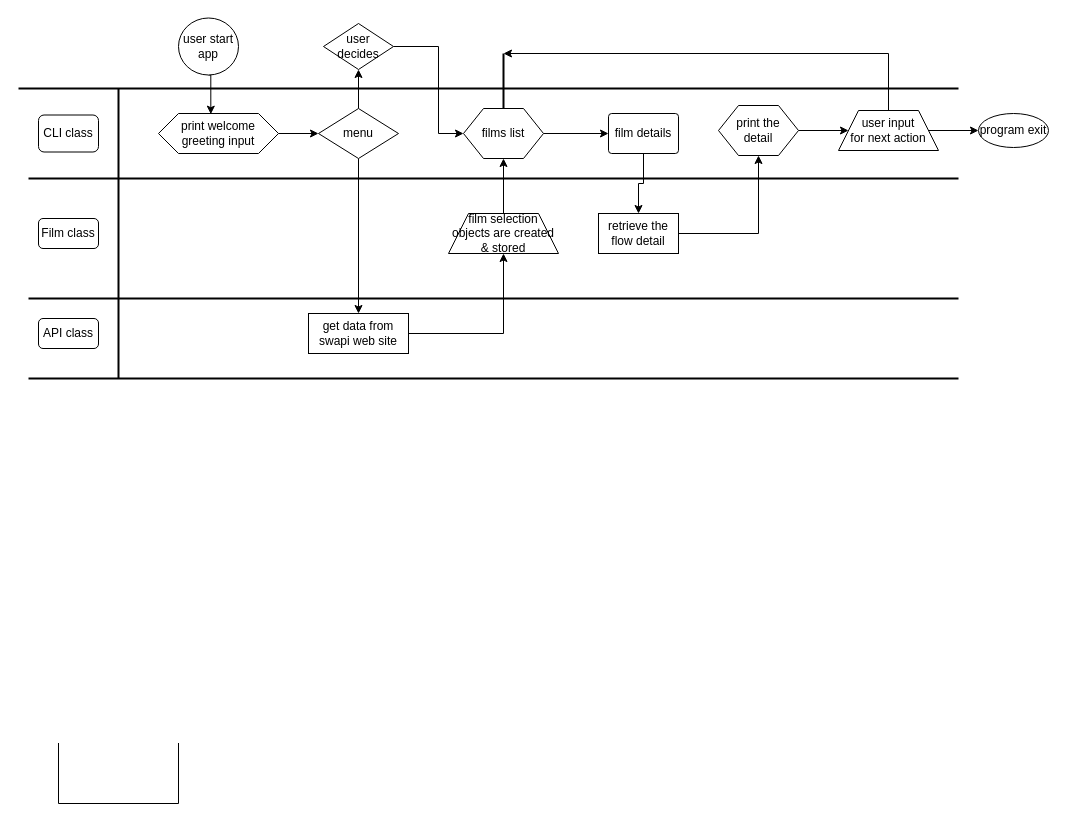
This is Untitled Diagram.drawio from Gebre2020/ruby_films_cli_project, a draw.io file, before an edit. Source tidied: cells renumbered, new cells numbered last; positions are measured from the earlier drawing's top-left corner, leaving out a move shared by most shapes. Both pictures are drawn from the tidied source at 100%, with x=0, y=0 at pixel (18, 17).
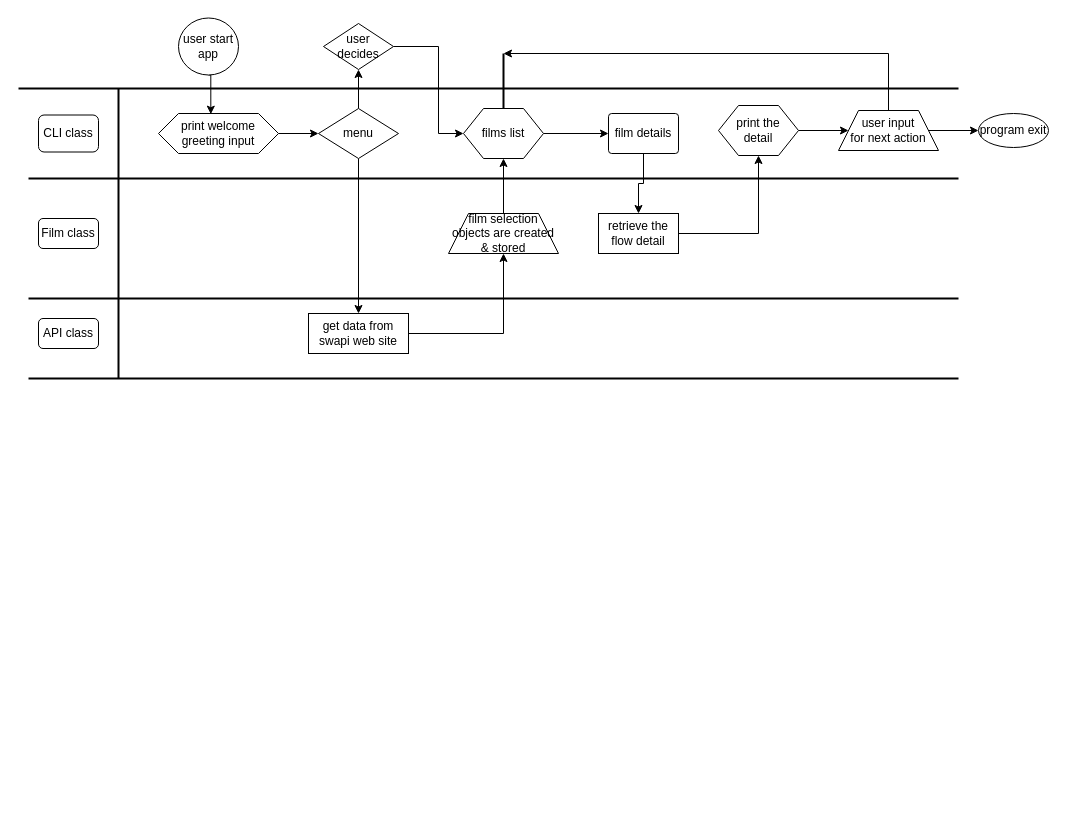
The same diagram, later.

What changed in the source:
```diff
@@
-    <mxCell id="31" style="shape=partialRectangle;whiteSpace=wrap;html=1;bottom=1;right=1;left=1;top=0;fillColor=none;routingCenterX=-0.5;" parent="1" vertex="1">
-      <mxGeometry x="40" y="726" width="120" height="60" as="geometry" />
-    </mxCell>
```
